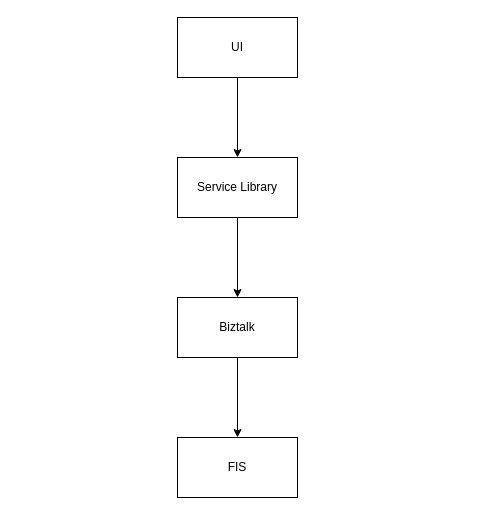
This is CashWithdrawalsBiztalkFIS.drawio from mattwatts36/drawings, a draw.io file, before an edit. Source tidied: cells renumbered, new cells numbered last; positions are measured from the earlier drawing's top-left corner, leaving out a move shared by most shapes. Both pictures are drawn from the tidied source at 100%, with x=0, y=0 at pixel (177, 17).
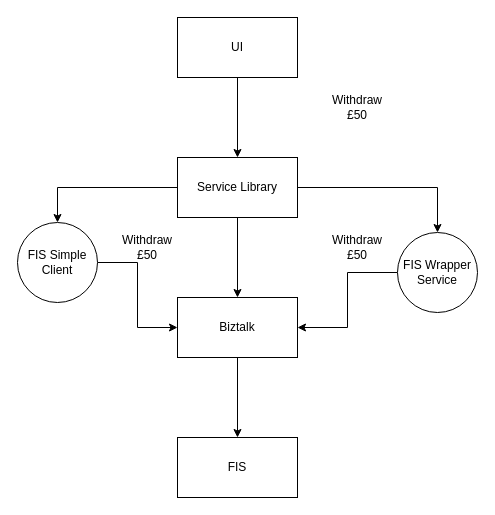
The same page after the edit.

Commit message:
added wrapper service

Diff of the diagram source:
```diff
@@
 <mxGraphModel>
   <root>
     <mxCell id="0" />
     <mxCell id="1" parent="0" />
     <mxCell id="2" style="edgeStyle=orthogonalEdgeStyle;rounded=0;jettySize=auto;html=1;" parent="1" edge="1" source="3" target="5">
       <mxGeometry relative="1" as="geometry" />
     </mxCell>
     <mxCell id="3" value="UI" style="rounded=0;whiteSpace=wrap;html=1;" parent="1" vertex="1">
       <mxGeometry width="120" height="60" as="geometry" />
     </mxCell>
     <mxCell id="4" style="edgeStyle=orthogonalEdgeStyle;rounded=0;jettySize=auto;html=1;" parent="1" edge="1" source="5" target="7">
       <mxGeometry relative="1" as="geometry" />
     </mxCell>
+    <mxCell id="9" style="edgeStyle=orthogonalEdgeStyle;rounded=0;jettySize=auto;html=1;" parent="1" edge="1" source="5" target="14">
+      <mxGeometry relative="1" as="geometry" />
+    </mxCell>
+    <mxCell id="10" style="edgeStyle=orthogonalEdgeStyle;rounded=0;jettySize=auto;html=1;" parent="1" edge="1" source="5" target="16">
+      <mxGeometry relative="1" as="geometry" />
+    </mxCell>
     <mxCell id="5" value="Service Library" style="rounded=0;whiteSpace=wrap;html=1;" parent="1" vertex="1">
       <mxGeometry y="140" width="120" height="60" as="geometry" />
     </mxCell>
     <mxCell id="6" style="edgeStyle=orthogonalEdgeStyle;rounded=0;jettySize=auto;html=1;" parent="1" edge="1" source="7" target="8">
       <mxGeometry relative="1" as="geometry" />
     </mxCell>
     <mxCell id="7" value="Biztalk" style="rounded=0;whiteSpace=wrap;html=1;" parent="1" vertex="1">
       <mxGeometry y="280" width="120" height="60" as="geometry" />
     </mxCell>
     <mxCell id="8" value="FIS" style="rounded=0;whiteSpace=wrap;html=1;" parent="1" vertex="1">
       <mxGeometry y="420" width="120" height="60" as="geometry" />
     </mxCell>
+    <mxCell id="11" value="Withdraw £50" style="text;html=1;strokeColor=none;fillColor=none;align=center;verticalAlign=middle;whiteSpace=wrap;rounded=0;" parent="1" vertex="1">
+      <mxGeometry x="150" y="75" width="60" height="30" as="geometry" />
+    </mxCell>
+    <mxCell id="12" value="Withdraw £50" style="text;html=1;strokeColor=none;fillColor=none;align=center;verticalAlign=middle;whiteSpace=wrap;rounded=0;" parent="1" vertex="1">
+      <mxGeometry x="150" y="215" width="60" height="30" as="geometry" />
+    </mxCell>
+    <mxCell id="13" style="edgeStyle=orthogonalEdgeStyle;rounded=0;jettySize=auto;html=1;" parent="1" edge="1" source="14" target="7">
+      <mxGeometry relative="1" as="geometry" />
+    </mxCell>
+    <mxCell id="14" value="FIS Wrapper Service" style="ellipse;whiteSpace=wrap;html=1;rounded=0;" parent="1" vertex="1">
+      <mxGeometry x="220" y="215" width="80" height="80" as="geometry" />
+    </mxCell>
+    <mxCell id="15" style="edgeStyle=orthogonalEdgeStyle;rounded=0;jettySize=auto;html=1;" parent="1" edge="1" source="16" target="7">
+      <mxGeometry relative="1" as="geometry" />
+    </mxCell>
+    <mxCell id="16" value="FIS Simple Client" style="ellipse;whiteSpace=wrap;html=1;rounded=0;" parent="1" vertex="1">
+      <mxGeometry x="-160" y="205" width="80" height="80" as="geometry" />
+    </mxCell>
+    <mxCell id="17" value="Withdraw £50" style="text;html=1;strokeColor=none;fillColor=none;align=center;verticalAlign=middle;whiteSpace=wrap;rounded=0;" parent="1" vertex="1">
+      <mxGeometry x="-60" y="215" width="60" height="30" as="geometry" />
+    </mxCell>
   </root>
 </mxGraphModel>
```
